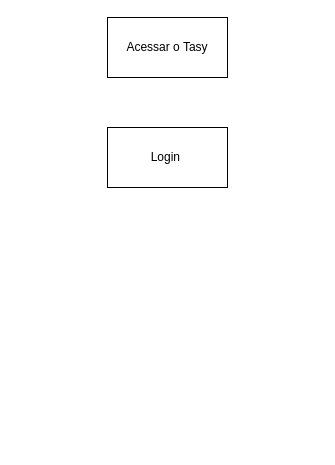
Above: Diagrama sem nome.drawio in PatriciaGavloski/diagramas.sql (draw.io), before the change. Source tidied: cells renumbered, new cells numbered last; positions are measured from the earlier drawing's top-left corner, leaving out a move shared by most shapes. Both pictures are drawn from the tidied source at 100%, with x=0, y=0 at pixel (107, 17).
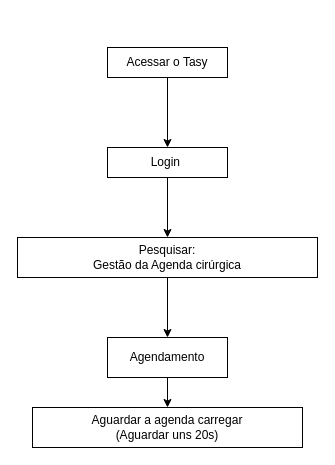
The same diagram, later.

Commit message:
BOT agenda cirurgica.drawio

What changed in the source:
```diff
@@
 <mxGraphModel>
   <root>
     <mxCell id="0" />
     <mxCell id="1" parent="0" />
+    <mxCell id="4" style="edgeStyle=orthogonalEdgeStyle;rounded=0;jettySize=auto;html=1;exitX=0.5;exitY=1;exitDx=0;exitDy=0;" parent="1" edge="1" source="2" target="3">
+      <mxGeometry relative="1" as="geometry" />
+    </mxCell>
     <mxCell id="2" value="Acessar o Tasy" style="rounded=0;whiteSpace=wrap;html=1;" parent="1" vertex="1">
-      <mxGeometry width="120" height="60" as="geometry" />
+      <mxGeometry y="30" width="120" height="30" as="geometry" />
     </mxCell>
+    <mxCell id="5" style="edgeStyle=orthogonalEdgeStyle;rounded=0;jettySize=auto;html=1;" parent="1" edge="1" source="3" target="7">
+      <mxGeometry relative="1" as="geometry" />
+    </mxCell>
     <mxCell id="3" value="Login&amp;nbsp;" style="rounded=0;whiteSpace=wrap;html=1;" parent="1" vertex="1">
-      <mxGeometry y="110" width="120" height="60" as="geometry" />
+      <mxGeometry y="130" width="120" height="30" as="geometry" />
     </mxCell>
+    <mxCell id="6" style="edgeStyle=orthogonalEdgeStyle;rounded=0;jettySize=auto;html=1;exitX=0.5;exitY=1;exitDx=0;exitDy=0;" parent="1" edge="1" source="7" target="9">
+      <mxGeometry relative="1" as="geometry" />
+    </mxCell>
+    <mxCell id="7" value="Pesquisar:&lt;br&gt;Gestão da Agenda cirúrgica" style="rounded=0;whiteSpace=wrap;html=1;" parent="1" vertex="1">
+      <mxGeometry x="-90" y="220" width="300" height="40" as="geometry" />
+    </mxCell>
+    <mxCell id="8" style="edgeStyle=orthogonalEdgeStyle;rounded=0;jettySize=auto;html=1;exitX=0.5;exitY=1;exitDx=0;exitDy=0;" parent="1" edge="1" source="9" target="10">
+      <mxGeometry relative="1" as="geometry" />
+    </mxCell>
+    <mxCell id="9" value="Agendamento" style="rounded=0;whiteSpace=wrap;html=1;" parent="1" vertex="1">
+      <mxGeometry y="320" width="120" height="40" as="geometry" />
+    </mxCell>
+    <mxCell id="10" value="Aguardar a agenda carregar&lt;br&gt;(Aguardar uns 20s)" style="rounded=0;whiteSpace=wrap;html=1;" parent="1" vertex="1">
+      <mxGeometry x="-75" y="390" width="270" height="40" as="geometry" />
+    </mxCell>
   </root>
 </mxGraphModel>
```
